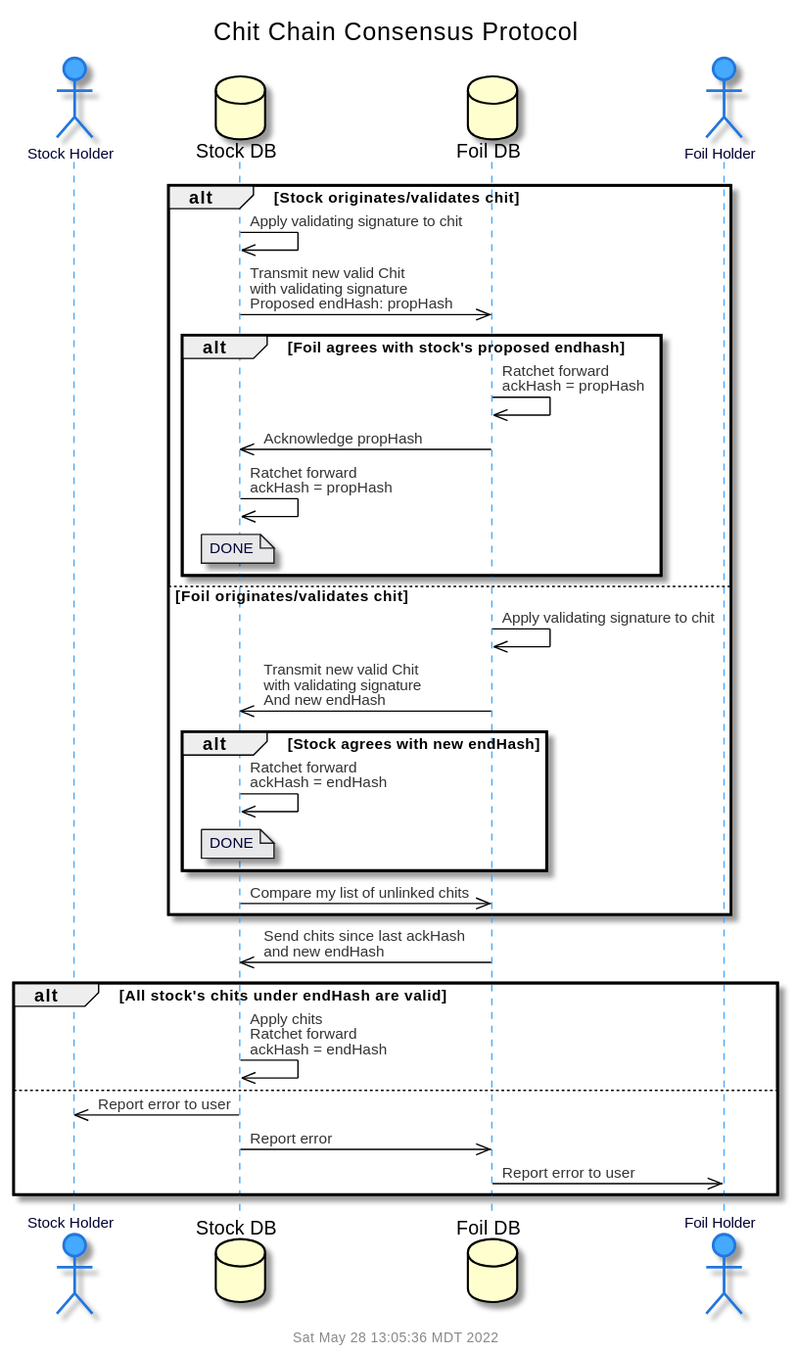
Before: doc/uml/seq-cons.svg, a diagram exported from PlantUML (gotchoices/MyCHIPs).
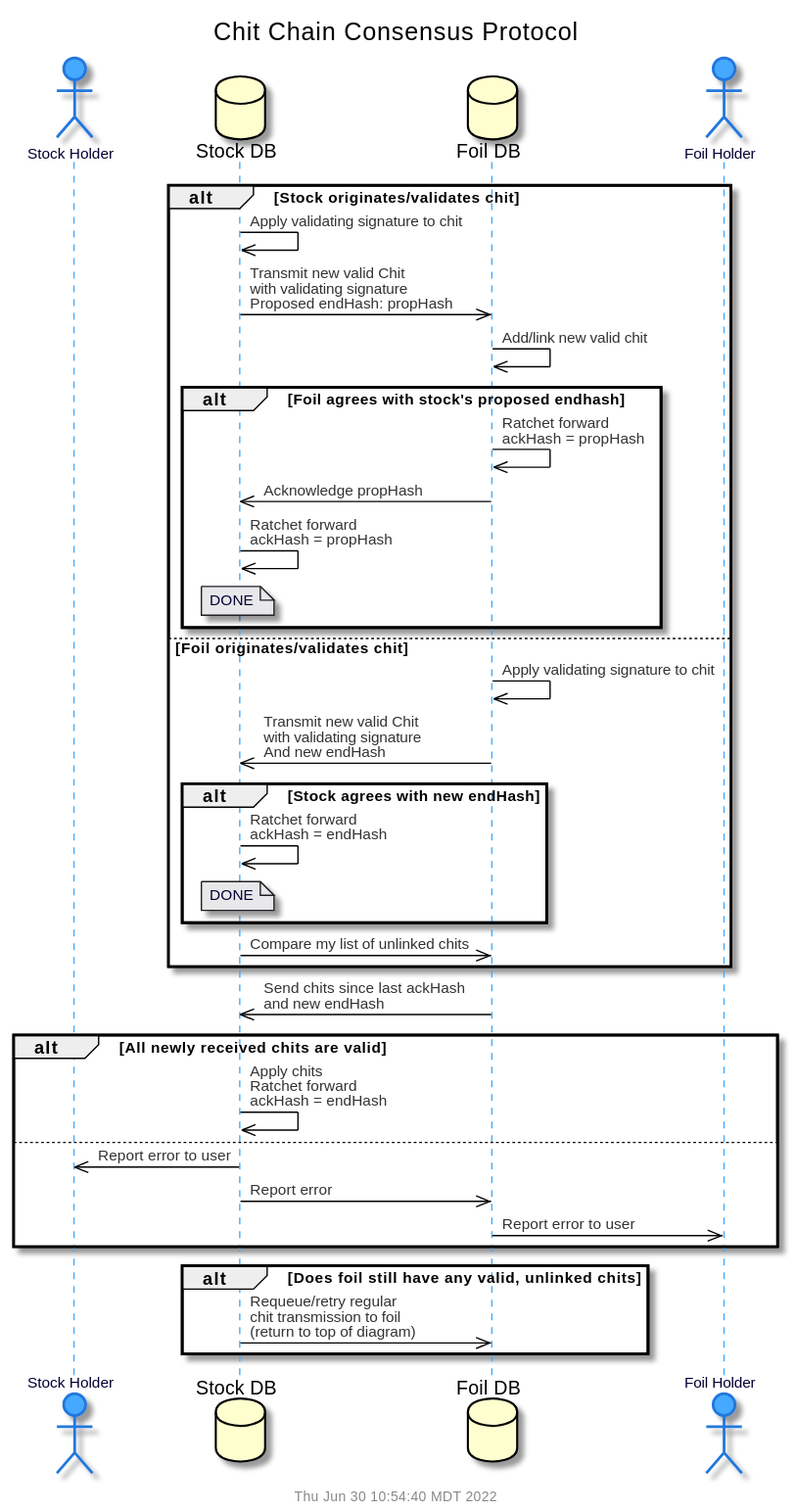
Later version of the same file.

The edit, as a diff of the source:
```diff
@@ -9,6 +9,7 @@
 alt Stock originates/validates chit
   stock		->>	stock:		Apply validating signature to chit
   stock		->>	foil:		Transmit new valid Chit\nwith validating signature\nProposed endHash: propHash
+  foil		->>	foil:		Add/link new valid chit
 
   alt Foil agrees with stock's proposed endhash
     foil		->>	foil:		Ratchet forward\nackHash = propHash
@@ -31,7 +32,7 @@
 
 foil		->>	stock:		Send chits since last ackHash\nand new endHash
 
-alt All stock's chits under endHash are valid
+alt All newly received chits are valid
   stock		->>	stock:		Apply chits\nRatchet forward\nackHash = endHash
 else
   stock		->>	vendor:		Report error to user
@@ -39,4 +40,8 @@
   foil		->>	client:		Report error to user
 end
 
+alt Does foil still have any valid, unlinked chits
+  stock		->>	foil:		Requeue/retry regular\nchit transmission to foil\n(return to top of diagram)
+end
+
 @enduml
```
